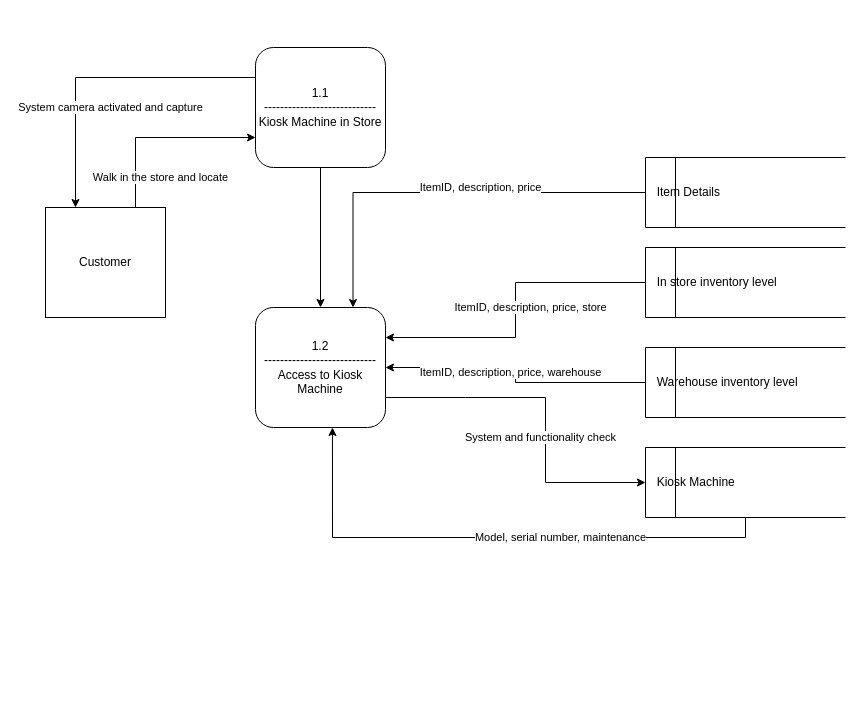
This is Untitled Diagram.drawio from paige71/Draw.io, a draw.io file, before an edit. Source tidied: cells renumbered, new cells numbered last; positions are measured from the earlier drawing's top-left corner, leaving out a move shared by most shapes. Both pictures are drawn from the tidied source at 100%, with x=0, y=0 at pixel (45, 17).
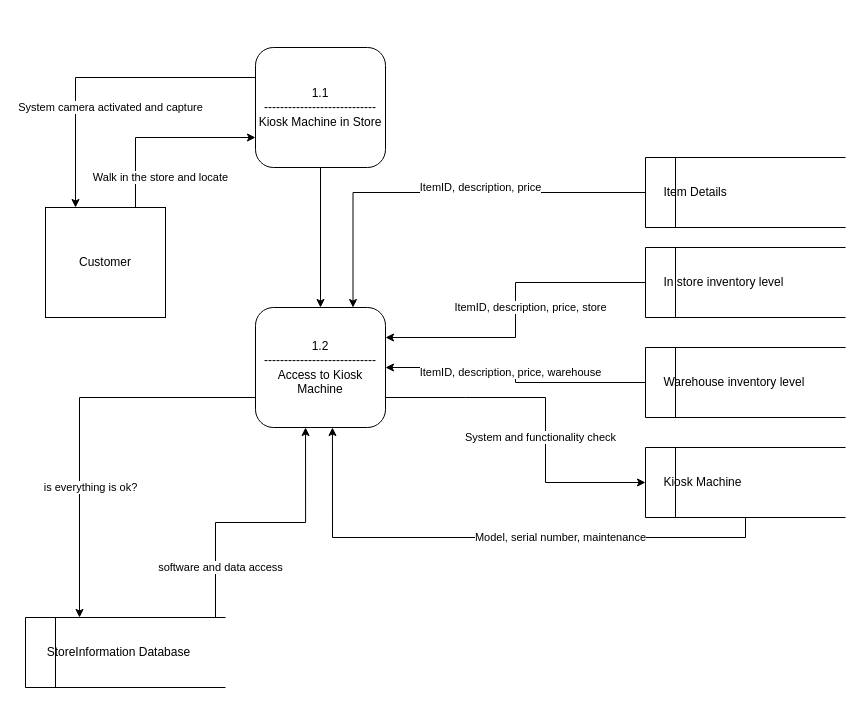
After the change.

The change refers to these unchanged cells:
```xml
<mxCell id="8" value="1.2&lt;br&gt;----------------------------&lt;br&gt;Access to Kiosk Machine" style="rounded=1;whiteSpace=wrap;html=1;" parent="1" vertex="1">
  <mxGeometry x="210" y="290" width="130" height="120" as="geometry" />
</mxCell>
```

Diff of the diagram source:
```diff
@@
+    <mxCell id="24" style="edgeStyle=orthogonalEdgeStyle;rounded=0;jettySize=auto;html=1;exitX=0;exitY=0.75;exitDx=0;exitDy=0;entryX=0.27;entryY=0;entryDx=0;entryDy=0;entryPerimeter=0;" parent="1" edge="1" source="8" target="26">
+      <mxGeometry relative="1" as="geometry" />
+    </mxCell>
@@
-    <mxCell id="10" value="&lt;span style=&quot;white-space: pre&quot;&gt; &lt;/span&gt;&lt;span style=&quot;white-space: pre&quot;&gt; &lt;/span&gt;Kiosk Machine" style="html=1;dashed=0;whitespace=wrap;shape=mxgraph.dfd.dataStoreID;align=left;spacingLeft=3;points=[[0,0],[0.5,0],[1,0],[0,0.5],[1,0.5],[0,1],[0.5,1],[1,1]];" parent="1" vertex="1">
+    <mxCell id="10" value="&lt;span style=&quot;white-space: pre&quot;&gt; &lt;/span&gt;&lt;span style=&quot;white-space: pre&quot;&gt; &lt;span style=&quot;white-space: pre&quot;&gt; &lt;/span&gt;&lt;span style=&quot;white-space: pre&quot;&gt; &lt;/span&gt;&lt;/span&gt;Kiosk Machine" style="html=1;dashed=0;whitespace=wrap;shape=mxgraph.dfd.dataStoreID;align=left;spacingLeft=3;points=[[0,0],[0.5,0],[1,0],[0,0.5],[1,0.5],[0,1],[0.5,1],[1,1]];" parent="1" vertex="1">
       <mxGeometry x="600" y="430" width="200" height="70" as="geometry" />
     </mxCell>
@@
-    <mxCell id="16" value="&lt;span style=&quot;white-space: pre&quot;&gt; &lt;/span&gt;&lt;span style=&quot;white-space: pre&quot;&gt; &lt;/span&gt;Item Details" style="html=1;dashed=0;whitespace=wrap;shape=mxgraph.dfd.dataStoreID;align=left;spacingLeft=3;points=[[0,0],[0.5,0],[1,0],[0,0.5],[1,0.5],[0,1],[0.5,1],[1,1]];" parent="1" vertex="1">
+    <mxCell id="16" value="&lt;span style=&quot;white-space: pre&quot;&gt; &lt;/span&gt;&lt;span style=&quot;white-space: pre&quot;&gt; &lt;span style=&quot;white-space: pre&quot;&gt; &lt;/span&gt;&lt;span style=&quot;white-space: pre&quot;&gt; &lt;/span&gt;&lt;/span&gt;Item Details" style="html=1;dashed=0;whitespace=wrap;shape=mxgraph.dfd.dataStoreID;align=left;spacingLeft=3;points=[[0,0],[0.5,0],[1,0],[0,0.5],[1,0.5],[0,1],[0.5,1],[1,1]];" parent="1" vertex="1">
       <mxGeometry x="600" y="140" width="200" height="70" as="geometry" />
     </mxCell>
@@
-    <mxCell id="18" value="&lt;span style=&quot;white-space: pre&quot;&gt; &lt;/span&gt;&lt;span style=&quot;white-space: pre&quot;&gt; &lt;/span&gt;In store inventory level" style="html=1;dashed=0;whitespace=wrap;shape=mxgraph.dfd.dataStoreID;align=left;spacingLeft=3;points=[[0,0],[0.5,0],[1,0],[0,0.5],[1,0.5],[0,1],[0.5,1],[1,1]];" parent="1" vertex="1">
+    <mxCell id="18" value="&lt;span style=&quot;white-space: pre&quot;&gt; &lt;/span&gt;&lt;span style=&quot;white-space: pre&quot;&gt; &lt;span style=&quot;white-space: pre&quot;&gt; &lt;/span&gt;&lt;span style=&quot;white-space: pre&quot;&gt; &lt;/span&gt;&lt;/span&gt;In store inventory level" style="html=1;dashed=0;whitespace=wrap;shape=mxgraph.dfd.dataStoreID;align=left;spacingLeft=3;points=[[0,0],[0.5,0],[1,0],[0,0.5],[1,0.5],[0,1],[0.5,1],[1,1]];" parent="1" vertex="1">
       <mxGeometry x="600" y="230" width="200" height="70" as="geometry" />
     </mxCell>
@@
-    <mxCell id="20" value="&lt;span style=&quot;white-space: pre&quot;&gt; &lt;/span&gt;&lt;span style=&quot;white-space: pre&quot;&gt; &lt;/span&gt;Warehouse inventory level" style="html=1;dashed=0;whitespace=wrap;shape=mxgraph.dfd.dataStoreID;align=left;spacingLeft=3;points=[[0,0],[0.5,0],[1,0],[0,0.5],[1,0.5],[0,1],[0.5,1],[1,1]];" parent="1" vertex="1">
+    <mxCell id="20" value="&lt;span style=&quot;white-space: pre&quot;&gt; &lt;/span&gt;&lt;span style=&quot;white-space: pre&quot;&gt; &lt;span style=&quot;white-space: pre&quot;&gt; &lt;/span&gt;&lt;span style=&quot;white-space: pre&quot;&gt; &lt;/span&gt;&lt;/span&gt;Warehouse inventory level" style="html=1;dashed=0;whitespace=wrap;shape=mxgraph.dfd.dataStoreID;align=left;spacingLeft=3;points=[[0,0],[0.5,0],[1,0],[0,0.5],[1,0.5],[0,1],[0.5,1],[1,1]];" parent="1" vertex="1">
       <mxGeometry x="600" y="330" width="200" height="70" as="geometry" />
     </mxCell>
@@
+    <mxCell id="25" style="edgeStyle=orthogonalEdgeStyle;rounded=0;jettySize=auto;html=1;exitX=0.5;exitY=0;exitDx=0;exitDy=0;entryX=0.385;entryY=1;entryDx=0;entryDy=0;entryPerimeter=0;" parent="1" edge="1" source="26" target="8">
+      <mxGeometry relative="1" as="geometry">
+        <Array as="points">
+          <mxPoint x="170" y="600" />
+          <mxPoint x="170" y="505" />
+          <mxPoint x="260" y="505" />
+        </Array>
+      </mxGeometry>
+    </mxCell>
+    <mxCell id="26" value="&lt;span style=&quot;white-space: pre&quot;&gt;&lt;span style=&quot;white-space: pre&quot;&gt; &lt;/span&gt;    StoreInformation Database&lt;/span&gt;" style="html=1;dashed=0;whitespace=wrap;shape=mxgraph.dfd.dataStoreID;align=left;spacingLeft=3;points=[[0,0],[0.5,0],[1,0],[0,0.5],[1,0.5],[0,1],[0.5,1],[1,1]];" parent="1" vertex="1">
+      <mxGeometry x="-20" y="600" width="200" height="70" as="geometry" />
+    </mxCell>
+    <mxCell id="27" value="is everything is ok?" style="edgeLabel;html=1;align=center;verticalAlign=middle;" parent="1" vertex="1">
+      <mxGeometry x="170" y="380" as="geometry">
+        <mxPoint x="-126" y="89" as="offset" />
+      </mxGeometry>
+    </mxCell>
+    <mxCell id="28" value="software and data access" style="edgeLabel;html=1;align=center;verticalAlign=middle;" parent="1" vertex="1">
+      <mxGeometry x="300" y="460" as="geometry">
+        <mxPoint x="-126" y="89" as="offset" />
+      </mxGeometry>
+    </mxCell>
```
